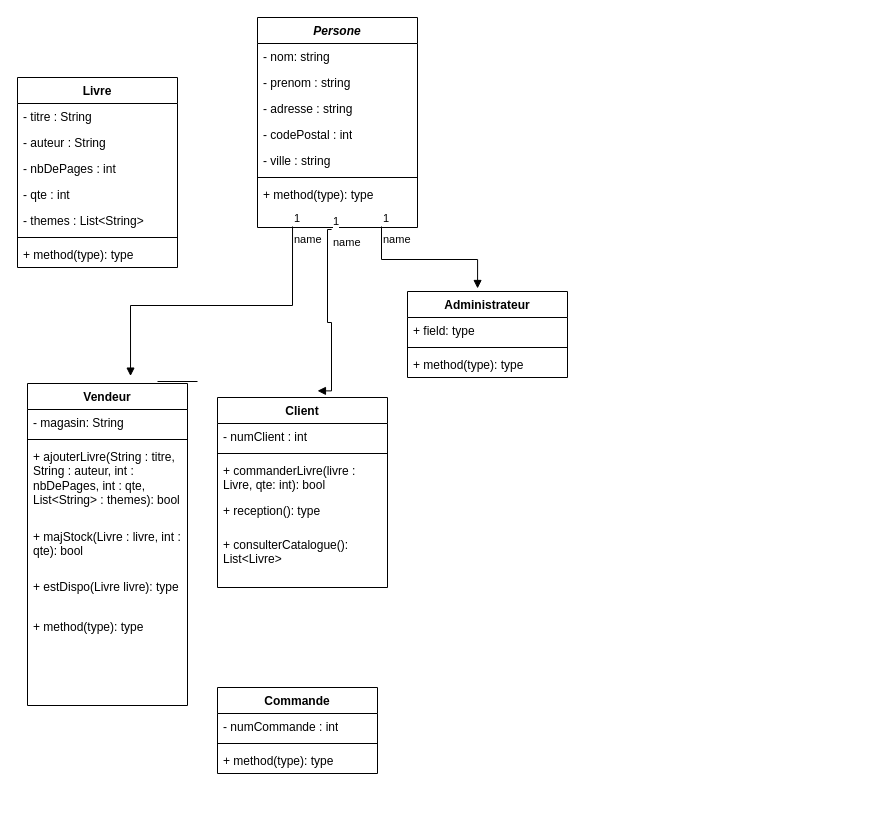
Earlier version of the draw.io diagram diagrammedeclasse.drawio (NolhanDolou/SAE_JAVA). Source tidied: cells renumbered, new cells numbered last; positions are measured from the earlier drawing's top-left corner, leaving out a move shared by most shapes. Both pictures are drawn from the tidied source at 100%, with x=0, y=0 at pixel (17, 17).
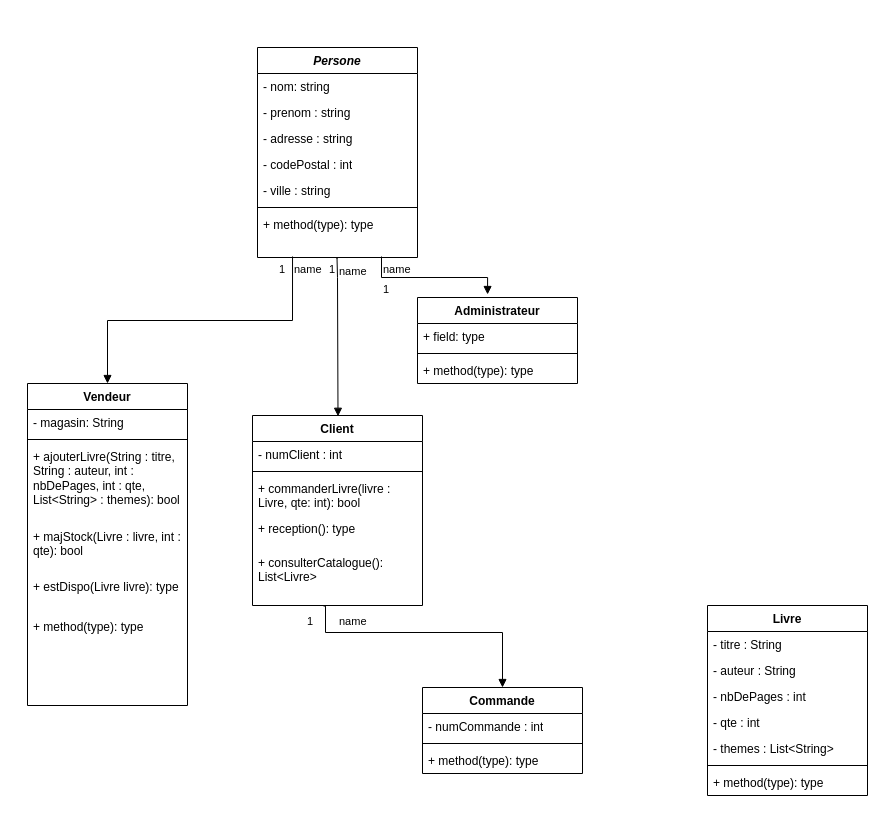
The same diagram, later.

The change refers to these unchanged cells:
```xml
<mxCell id="9" value="+ method(type): type" style="text;strokeColor=none;fillColor=none;align=left;verticalAlign=top;spacingLeft=4;spacingRight=4;overflow=hidden;points=[[0,0.5],[1,0.5]];portConstraint=eastwest;whiteSpace=wrap;html=1;" parent="2" vertex="1">
  <mxGeometry y="164" width="160" height="46" as="geometry" />
</mxCell>
<mxCell id="15" value="+ consulterCatalogue(): List&amp;lt;Livre&amp;gt;" style="text;strokeColor=none;fillColor=none;align=left;verticalAlign=top;spacingLeft=4;spacingRight=4;overflow=hidden;points=[[0,0.5],[1,0.5]];portConstraint=eastwest;whiteSpace=wrap;html=1;" parent="10" vertex="1">
  <mxGeometry y="134" width="170" height="56" as="geometry" />
</mxCell>
<mxCell id="20" value="Vendeur" style="swimlane;fontStyle=1;align=center;verticalAlign=top;horizontal=1;startSize=26;whiteSpace=wrap;html=1;" parent="1" vertex="1">
  <mxGeometry x="10" y="366" width="160" height="322" as="geometry" />
</mxCell>
<mxCell id="32" value="name" style="endArrow=block;endFill=1;html=1;edgeStyle=orthogonalEdgeStyle;align=left;verticalAlign=top;rounded=0;exitX=0.775;exitY=0.978;exitDx=0;exitDy=0;exitPerimeter=0;entryX=0.438;entryY=-0.035;entryDx=0;entryDy=0;entryPerimeter=0;" parent="1" edge="1" source="9" target="16">
  <mxGeometry x="-1" relative="1" as="geometry" />
</mxCell>
```

Diff of the diagram source:
```diff
@@
     <mxCell id="2" value="&lt;i&gt;Persone&lt;/i&gt;" style="swimlane;fontStyle=1;align=center;verticalAlign=top;horizontal=1;startSize=26;whiteSpace=wrap;html=1;" parent="1" vertex="1">
-      <mxGeometry x="240" width="160" height="210" as="geometry" />
+      <mxGeometry x="240" y="30" width="160" height="210" as="geometry" />
     </mxCell>
@@
     <mxCell id="10" value="Client" style="swimlane;fontStyle=1;align=center;verticalAlign=top;horizontal=1;startSize=26;whiteSpace=wrap;html=1;" parent="1" vertex="1">
-      <mxGeometry x="200" y="380" width="170" height="190" as="geometry" />
+      <mxGeometry x="235" y="398" width="170" height="190" as="geometry" />
     </mxCell>
@@
     <mxCell id="16" value="Administrateur" style="swimlane;fontStyle=1;align=center;verticalAlign=top;horizontal=1;startSize=26;whiteSpace=wrap;html=1;" parent="1" vertex="1">
-      <mxGeometry x="390" y="274" width="160" height="86" as="geometry" />
+      <mxGeometry x="400" y="280" width="160" height="86" as="geometry" />
     </mxCell>
@@
-    <mxCell id="27" style="line;strokeWidth=1;fillColor=none;align=left;verticalAlign=middle;spacingTop=-1;spacingLeft=3;spacingRight=3;labelPosition=right;strokeColor=inherit;" parent="1" vertex="1">
-      <mxGeometry x="140" y="360" width="40" height="8" as="geometry" />
-    </mxCell>
-    <mxCell id="28" value="name" style="endArrow=block;endFill=1;html=1;edgeStyle=orthogonalEdgeStyle;align=left;verticalAlign=top;rounded=0;entryX=0.644;entryY=-0.023;entryDx=0;entryDy=0;entryPerimeter=0;exitX=0.219;exitY=0.978;exitDx=0;exitDy=0;exitPerimeter=0;" parent="1" edge="1" source="9" target="20">
+    <mxCell id="28" value="name" style="endArrow=block;endFill=1;html=1;edgeStyle=orthogonalEdgeStyle;align=left;verticalAlign=top;rounded=0;entryX=0.5;entryY=0;entryDx=0;entryDy=0;exitX=0.219;exitY=0.978;exitDx=0;exitDy=0;exitPerimeter=0;" parent="1" edge="1" source="9" target="20">
       <mxGeometry x="-1" relative="1" as="geometry" />
     </mxCell>
     <mxCell id="29" value="1" style="edgeLabel;html=1;align=left;verticalAlign=bottom;" parent="28" vertex="1">
-      <mxGeometry x="-1" relative="1" as="geometry" />
+      <mxGeometry x="-1" relative="1" as="geometry">
+        <mxPoint x="-15" y="21" as="offset" />
+      </mxGeometry>
     </mxCell>
-    <mxCell id="30" value="name" style="endArrow=block;endFill=1;html=1;edgeStyle=orthogonalEdgeStyle;align=left;verticalAlign=top;rounded=0;exitX=0.463;exitY=1.043;exitDx=0;exitDy=0;exitPerimeter=0;entryX=0.588;entryY=-0.035;entryDx=0;entryDy=0;entryPerimeter=0;" parent="1" edge="1" source="9" target="10">
+    <mxCell id="30" value="name" style="endArrow=block;endFill=1;html=1;edgeStyle=orthogonalEdgeStyle;align=left;verticalAlign=top;rounded=0;entryX=0.503;entryY=0.004;entryDx=0;entryDy=0;entryPerimeter=0;exitX=0.497;exitY=1.028;exitDx=0;exitDy=0;exitPerimeter=0;" parent="1" edge="1" source="9" target="10">
       <mxGeometry x="-1" relative="1" as="geometry">
         <Array as="points">
-          <mxPoint x="310" y="212" />
-          <mxPoint x="310" y="305" />
-          <mxPoint x="314" y="305" />
+          <mxPoint x="319" y="240" />
+          <mxPoint x="320" y="240" />
+          <mxPoint x="320" y="260" />
+          <mxPoint x="321" y="260" />
         </Array>
       </mxGeometry>
     </mxCell>
     <mxCell id="31" value="1" style="edgeLabel;html=1;align=left;verticalAlign=bottom;" parent="30" vertex="1">
-      <mxGeometry x="-1" relative="1" as="geometry" />
+      <mxGeometry x="-1" relative="1" as="geometry">
+        <mxPoint x="-10" y="19" as="offset" />
+      </mxGeometry>
     </mxCell>
@@
     <mxCell id="33" value="1" style="edgeLabel;html=1;align=left;verticalAlign=bottom;" parent="32" vertex="1">
-      <mxGeometry x="-1" relative="1" as="geometry" />
+      <mxGeometry x="-1" relative="1" as="geometry">
+        <mxPoint y="41" as="offset" />
+      </mxGeometry>
     </mxCell>
     <mxCell id="34" value="Livre" style="swimlane;fontStyle=1;align=center;verticalAlign=top;horizontal=1;startSize=26;whiteSpace=wrap;html=1;" parent="1" vertex="1">
-      <mxGeometry y="60" width="160" height="190" as="geometry" />
+      <mxGeometry x="690" y="588" width="160" height="190" as="geometry" />
     </mxCell>
@@
     <mxCell id="42" value="Commande" style="swimlane;fontStyle=1;align=center;verticalAlign=top;horizontal=1;startSize=26;whiteSpace=wrap;html=1;" parent="1" vertex="1">
-      <mxGeometry x="200" y="670" width="160" height="86" as="geometry" />
+      <mxGeometry x="405" y="670" width="160" height="86" as="geometry" />
     </mxCell>
@@
+    <mxCell id="46" value="name" style="endArrow=block;endFill=1;html=1;edgeStyle=orthogonalEdgeStyle;align=left;verticalAlign=top;rounded=0;entryX=0.5;entryY=0;entryDx=0;entryDy=0;exitX=0.418;exitY=1.01;exitDx=0;exitDy=0;exitPerimeter=0;" parent="1" edge="1" source="15" target="42">
+      <mxGeometry x="-0.97" y="12" relative="1" as="geometry">
+        <Array as="points">
+          <mxPoint x="308" y="589" />
+          <mxPoint x="308" y="615" />
+          <mxPoint x="485" y="615" />
+        </Array>
+      </mxGeometry>
+    </mxCell>
+    <mxCell id="47" value="1" style="edgeLabel;html=1;align=left;verticalAlign=bottom;" parent="46" vertex="1">
+      <mxGeometry x="-1" relative="1" as="geometry">
+        <mxPoint x="-18" y="23" as="offset" />
+      </mxGeometry>
+    </mxCell>
```
